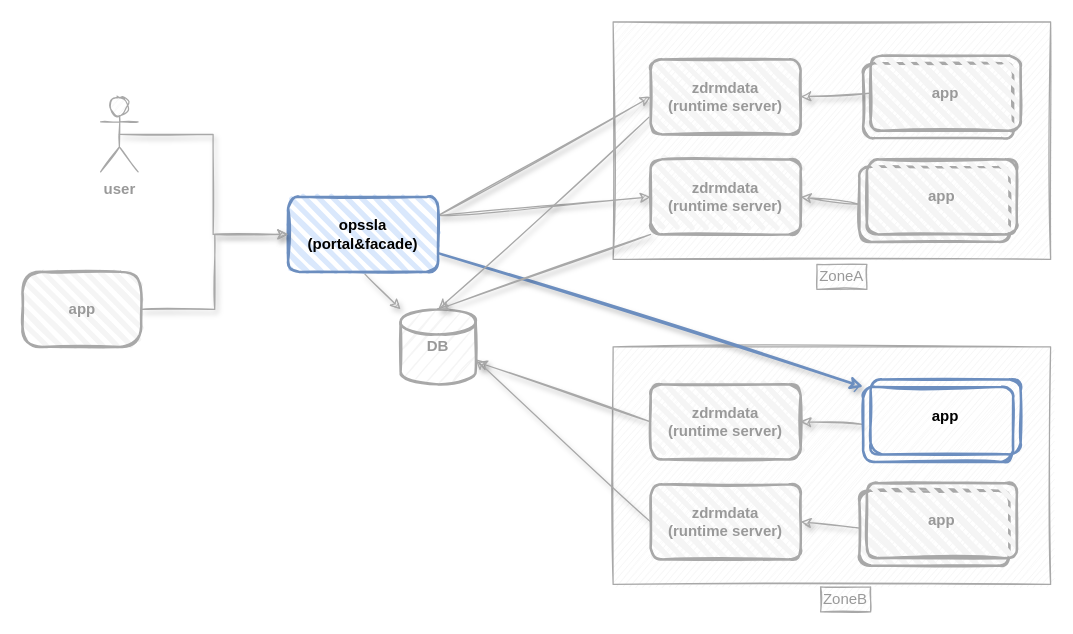
Earlier version of the draw.io diagram page "点对点推送" (4 of 10) of drm-arch.drawio (atellwu/atellwu.github.io). Source tidied: cells renumbered, new cells numbered last; positions are measured from the earlier drawing's top-left corner, leaving out a move shared by most shapes. Both pictures are drawn from the tidied source at 125%, with x=0, y=0 at pixel (22, 21).
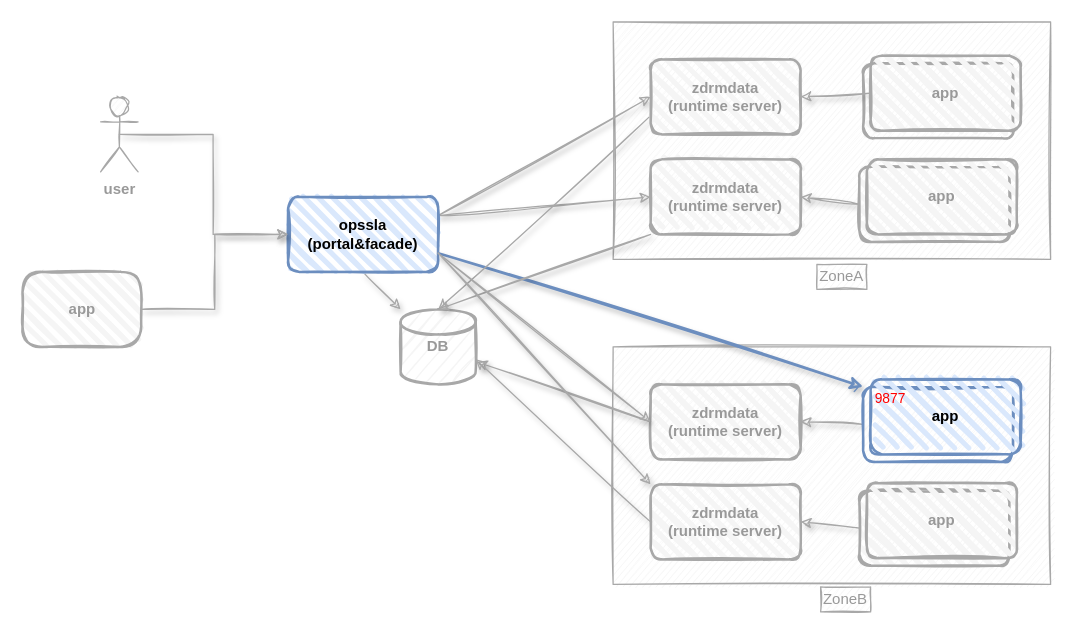
After the change.

Change to the diagram source:
```diff
@@
-    <mxCell id="32" value="&lt;b&gt;app&lt;/b&gt;" style="rounded=1;whiteSpace=wrap;html=1;strokeWidth=2;fillWeight=4;hachureGap=8;hachureAngle=45;sketch=1;strokeColor=#6c8ebf;fillColor=none;" parent="1" vertex="1">
+    <mxCell id="32" value="&lt;b&gt;app&lt;/b&gt;" style="rounded=1;whiteSpace=wrap;html=1;strokeWidth=2;fillWeight=4;hachureGap=8;hachureAngle=45;sketch=1;strokeColor=#6c8ebf;fillColor=#dae8fc;" parent="1" vertex="1">
       <mxGeometry x="678" y="286" width="120" height="60" as="geometry" />
     </mxCell>
@@
+    <mxCell id="36" value="9877" style="text;html=1;strokeColor=none;fillColor=none;align=center;verticalAlign=middle;whiteSpace=wrap;rounded=0;shadow=0;sketch=1;fontSize=11;fontColor=#FF0000;" parent="1" vertex="1">
+      <mxGeometry x="674" y="291" width="40" height="20" as="geometry" />
+    </mxCell>
+    <mxCell id="37" style="edgeStyle=none;rounded=1;sketch=1;orthogonalLoop=1;jettySize=auto;html=1;exitX=1;exitY=0.75;exitDx=0;exitDy=0;entryX=0;entryY=0.5;entryDx=0;entryDy=0;shadow=1;startArrow=none;startFill=0;strokeColor=#A8A8A8;" parent="1" edge="1">
+      <mxGeometry relative="1" as="geometry">
+        <mxPoint x="332" y="185" as="sourcePoint" />
+        <mxPoint x="502" y="320" as="targetPoint" />
+      </mxGeometry>
+    </mxCell>
+    <mxCell id="38" style="edgeStyle=none;rounded=1;sketch=1;orthogonalLoop=1;jettySize=auto;html=1;exitX=1;exitY=0.75;exitDx=0;exitDy=0;entryX=0;entryY=0;entryDx=0;entryDy=0;shadow=1;startArrow=none;startFill=0;strokeColor=#A8A8A8;" parent="1" edge="1">
+      <mxGeometry relative="1" as="geometry">
+        <mxPoint x="332" y="185" as="sourcePoint" />
+        <mxPoint x="502" y="370" as="targetPoint" />
+      </mxGeometry>
+    </mxCell>
```
